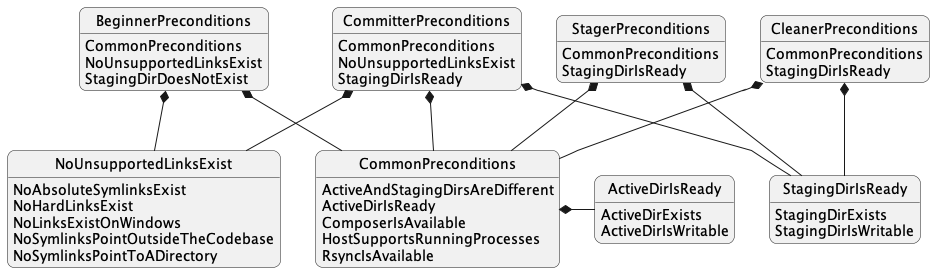
Before: docs/preconditions/hierarchy.png, a diagram exported from PlantUML (php-tuf/composer-stager). Its source is kept beside it as docs/preconditions/hierarchy.puml.
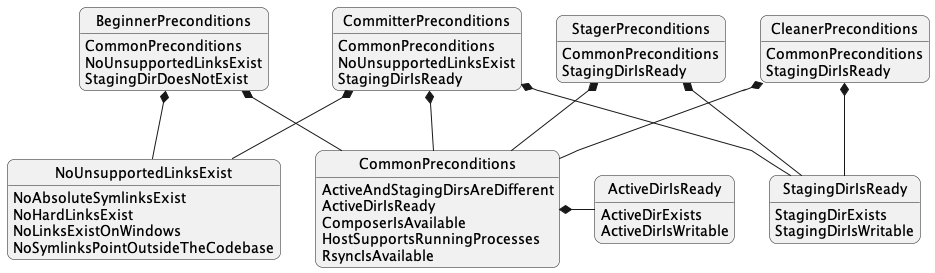
Later version of the same file.

The edit, as a diff of the source:
```diff
@@ -63,7 +63,6 @@
     NoHardLinksExist
     NoLinksExistOnWindows
     NoSymlinksPointOutsideTheCodebase
-    NoSymlinksPointToADirectory
 }
 
 @enduml
```
